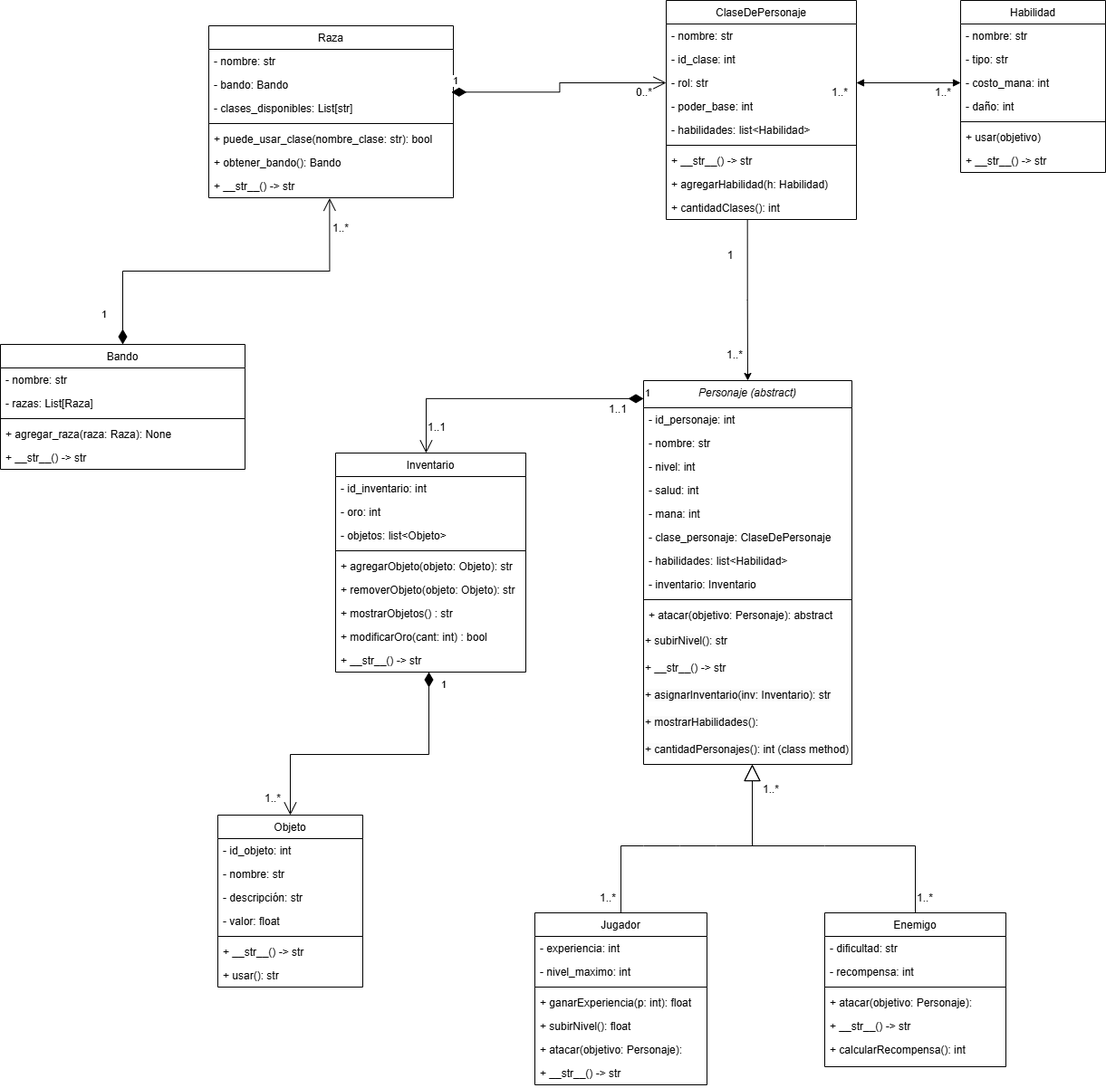
SalvadorGarcia14/TPI_Programacion2 keeps this draw.io diagram as UML/UML_WoW.drawio.png. Above is the earlier version. Source tidied: cells renumbered, new cells last; positions are measured from the earlier drawing's top-left corner, leaving out a move shared by most shapes.
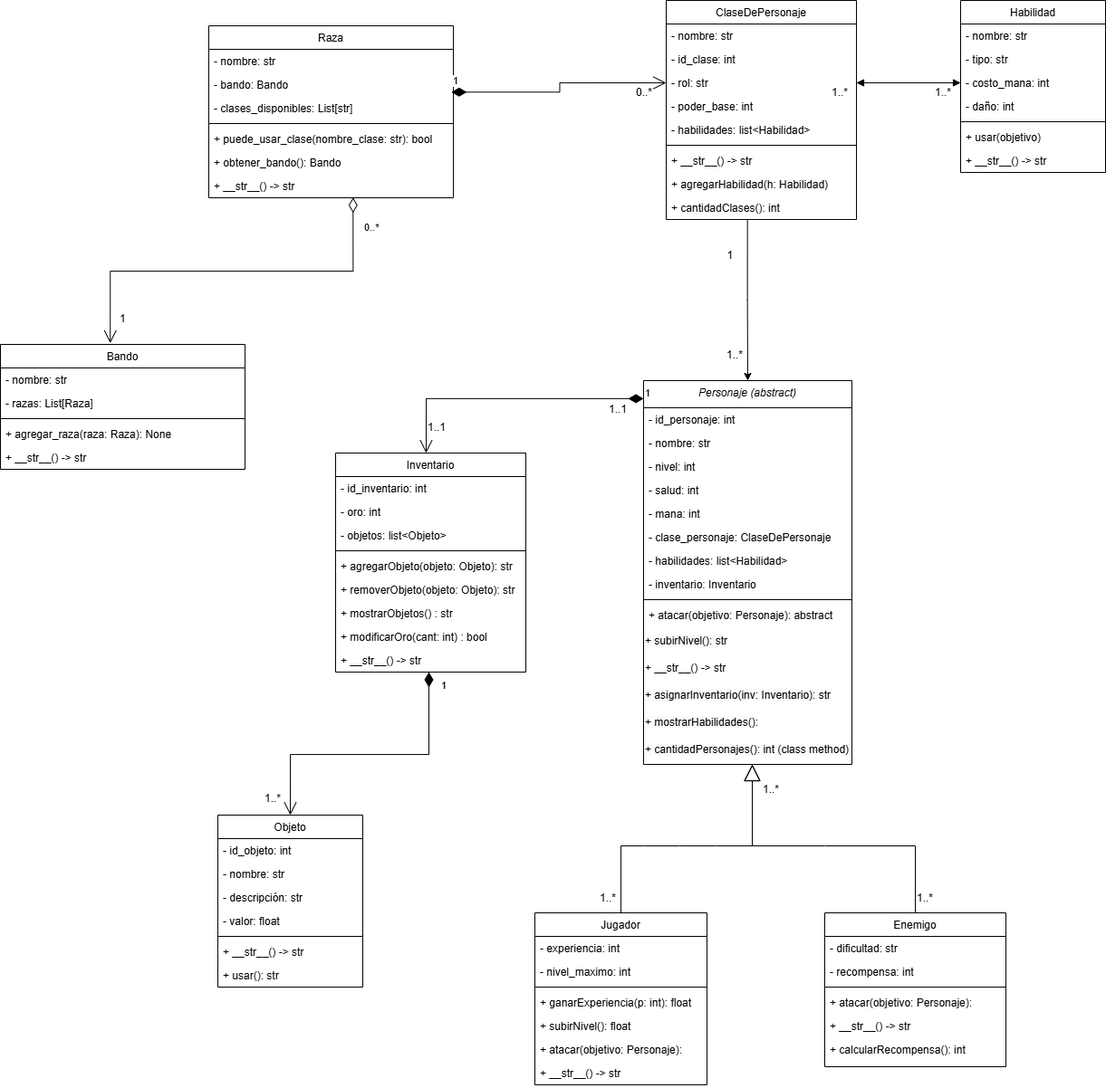
The same file after the commit.

What changed in the source:
```diff
@@ -325,11 +325,11 @@
     <mxCell id="100" value="+ __str__() -&gt; str" style="text;align=left;verticalAlign=top;spacingLeft=4;spacingRight=4;overflow=hidden;" parent="95" vertex="1">
       <mxGeometry y="112" width="270" height="26" as="geometry" />
     </mxCell>
-    <mxCell id="101" value="1" style="endArrow=open;html=1;endSize=12;startArrow=diamondThin;startSize=14;startFill=1;edgeStyle=orthogonalEdgeStyle;align=left;verticalAlign=bottom;rounded=0;exitX=0.5;exitY=0;exitDx=0;exitDy=0;entryX=0.494;entryY=1.016;entryDx=0;entryDy=0;entryPerimeter=0;" parent="1" edge="1" source="95" target="92">
-      <mxGeometry x="-0.88" y="25" relative="1" as="geometry" />
-    </mxCell>
-    <mxCell id="102" value="1..*" style="align=left;verticalAlign=bottom;labelBackgroundColor=none;fontSize=12;" parent="1" vertex="1">
-      <mxGeometry x="365" y="260" as="geometry" />
+    <mxCell id="102" value="1" style="align=left;verticalAlign=bottom;labelBackgroundColor=none;fontSize=12;" parent="1" vertex="1">
+      <mxGeometry x="130" y="360" as="geometry" />
     </mxCell>
+    <mxCell id="103" value="0..*" style="endArrow=open;html=1;endSize=12;startArrow=diamondThin;startSize=14;startFill=0;edgeStyle=orthogonalEdgeStyle;align=left;verticalAlign=bottom;rounded=0;entryX=0.449;entryY=-0.01;entryDx=0;entryDy=0;entryPerimeter=0;exitX=0.59;exitY=0.989;exitDx=0;exitDy=0;exitPerimeter=0;" parent="1" edge="1" source="92" target="95">
+      <mxGeometry x="-0.8" y="11" relative="1" as="geometry" />
+    </mxCell>
   </root>
 </mxGraphModel>
```
